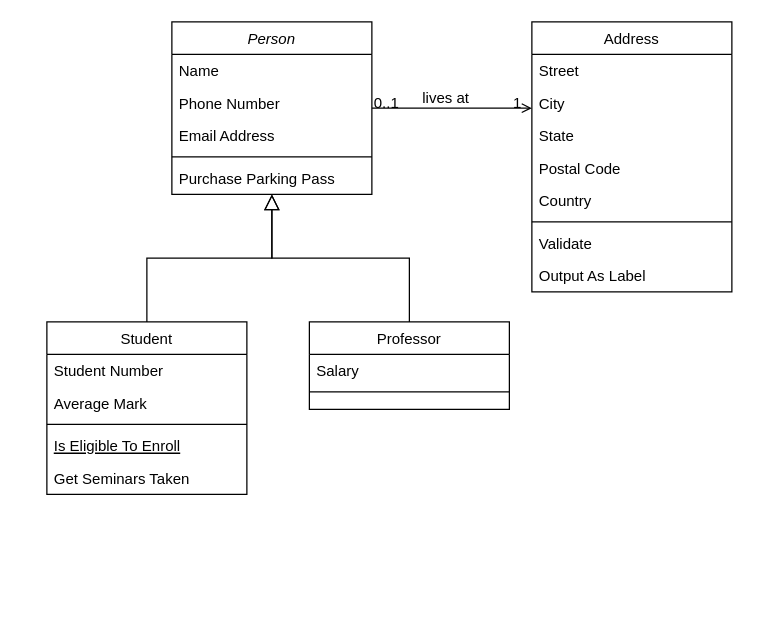
Earlier version of the draw.io diagram Untitled Diagram.drawio (lcornellious/UAS_SPK_MAS-ADJI-RAMDANI). Source tidied: cells renumbered, new cells numbered last; positions are measured from the earlier drawing's top-left corner, leaving out a move shared by most shapes. Both pictures are drawn from the tidied source at 125%, with x=0, y=0 at pixel (46, 21).
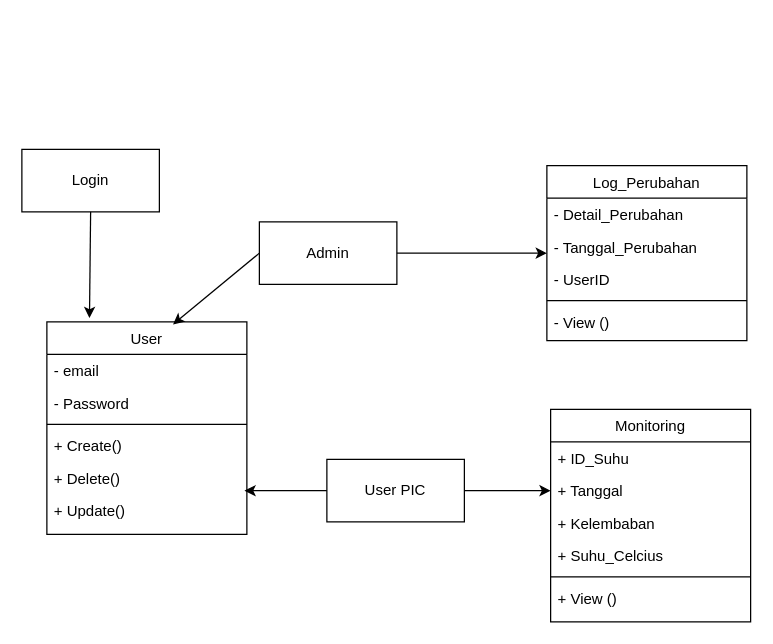
After the change.

Diff of the diagram source:
```diff
@@
-    <mxCell id="2" value="Person" style="swimlane;fontStyle=2;align=center;verticalAlign=top;horizontal=1;startSize=26;rounded=0;shadow=0;strokeWidth=1;" parent="1" vertex="1">
-      <mxGeometry x="100" width="160" height="138" as="geometry" />
-    </mxCell>
-    <mxCell id="3" value="Name" style="text;align=left;verticalAlign=top;spacingLeft=4;spacingRight=4;overflow=hidden;" parent="2" vertex="1">
-      <mxGeometry y="26" width="160" height="26" as="geometry" />
-    </mxCell>
-    <mxCell id="4" value="Phone Number" style="text;align=left;verticalAlign=top;spacingLeft=4;spacingRight=4;overflow=hidden;rounded=0;shadow=0;html=0;" parent="2" vertex="1">
-      <mxGeometry y="52" width="160" height="26" as="geometry" />
-    </mxCell>
-    <mxCell id="5" value="Email Address" style="text;align=left;verticalAlign=top;spacingLeft=4;spacingRight=4;overflow=hidden;rounded=0;shadow=0;html=0;" parent="2" vertex="1">
-      <mxGeometry y="78" width="160" height="26" as="geometry" />
-    </mxCell>
-    <mxCell id="6" style="line;html=1;strokeWidth=1;align=left;verticalAlign=middle;spacingTop=-1;spacingLeft=3;spacingRight=3;labelPosition=right;" parent="2" vertex="1">
-      <mxGeometry y="104" width="160" height="8" as="geometry" />
-    </mxCell>
-    <mxCell id="7" value="Purchase Parking Pass" style="text;align=left;verticalAlign=top;spacingLeft=4;spacingRight=4;overflow=hidden;" parent="2" vertex="1">
-      <mxGeometry y="112" width="160" height="26" as="geometry" />
-    </mxCell>
-    <mxCell id="8" value="Student" style="swimlane;fontStyle=0;align=center;verticalAlign=top;horizontal=1;startSize=26;rounded=0;shadow=0;strokeWidth=1;" parent="1" vertex="1">
-      <mxGeometry y="240" width="160" height="138" as="geometry" />
+    <mxCell id="8" value="User" style="swimlane;fontStyle=0;align=center;verticalAlign=top;horizontal=1;startSize=26;rounded=0;shadow=0;strokeWidth=1;" parent="1" vertex="1">
+      <mxGeometry y="240" width="160" height="170" as="geometry" />
     </mxCell>
-    <mxCell id="9" value="Student Number" style="text;align=left;verticalAlign=top;spacingLeft=4;spacingRight=4;overflow=hidden;" parent="8" vertex="1">
+    <mxCell id="9" value="- email" style="text;align=left;verticalAlign=top;spacingLeft=4;spacingRight=4;overflow=hidden;" parent="8" vertex="1">
       <mxGeometry y="26" width="160" height="26" as="geometry" />
     </mxCell>
-    <mxCell id="10" value="Average Mark" style="text;align=left;verticalAlign=top;spacingLeft=4;spacingRight=4;overflow=hidden;rounded=0;shadow=0;html=0;" parent="8" vertex="1">
+    <mxCell id="10" value="- Password" style="text;align=left;verticalAlign=top;spacingLeft=4;spacingRight=4;overflow=hidden;rounded=0;shadow=0;html=0;" parent="8" vertex="1">
       <mxGeometry y="52" width="160" height="26" as="geometry" />
     </mxCell>
@@
-    <mxCell id="12" value="Is Eligible To Enroll" style="text;align=left;verticalAlign=top;spacingLeft=4;spacingRight=4;overflow=hidden;fontStyle=4;" parent="8" vertex="1">
+    <mxCell id="12" value="+ Create()" style="text;align=left;verticalAlign=top;spacingLeft=4;spacingRight=4;overflow=hidden;fontStyle=0;" parent="8" vertex="1">
       <mxGeometry y="86" width="160" height="26" as="geometry" />
     </mxCell>
-    <mxCell id="13" value="Get Seminars Taken" style="text;align=left;verticalAlign=top;spacingLeft=4;spacingRight=4;overflow=hidden;points=[[0,0.5],[1,0.5]];portConstraint=eastwest;" parent="8" vertex="1">
+    <mxCell id="13" value="+ Delete()" style="text;align=left;verticalAlign=top;spacingLeft=4;spacingRight=4;overflow=hidden;points=[[0,0.5],[1,0.5]];portConstraint=eastwest;" parent="8" vertex="1">
       <mxGeometry y="112" width="160" height="26" as="geometry" />
     </mxCell>
-    <mxCell id="14" style="endArrow=block;endSize=10;endFill=0;shadow=0;strokeWidth=1;rounded=0;edgeStyle=elbowEdgeStyle;elbow=vertical;" parent="1" edge="1" source="8" target="2">
-      <mxGeometry relative="1" as="geometry" />
-    </mxCell>
-    <mxCell id="15" value="Professor" style="swimlane;fontStyle=0;align=center;verticalAlign=top;horizontal=1;startSize=26;rounded=0;shadow=0;strokeWidth=1;" parent="1" vertex="1">
-      <mxGeometry x="210" y="240" width="160" height="70" as="geometry" />
-    </mxCell>
-    <mxCell id="16" value="Salary" style="text;align=left;verticalAlign=top;spacingLeft=4;spacingRight=4;overflow=hidden;" parent="15" vertex="1">
-      <mxGeometry y="26" width="160" height="26" as="geometry" />
-    </mxCell>
-    <mxCell id="17" style="line;html=1;strokeWidth=1;align=left;verticalAlign=middle;spacingTop=-1;spacingLeft=3;spacingRight=3;labelPosition=right;" parent="15" vertex="1">
-      <mxGeometry y="52" width="160" height="8" as="geometry" />
-    </mxCell>
-    <mxCell id="18" style="endArrow=block;endSize=10;endFill=0;shadow=0;strokeWidth=1;rounded=0;edgeStyle=elbowEdgeStyle;elbow=vertical;" parent="1" edge="1" source="15" target="2">
-      <mxGeometry relative="1" as="geometry" />
-    </mxCell>
+    <mxCell id="32" value="+ Update()" style="text;align=left;verticalAlign=top;spacingLeft=4;spacingRight=4;overflow=hidden;" parent="8" vertex="1">
+      <mxGeometry y="138" width="160" height="26" as="geometry" />
+    </mxCell>
-    <mxCell id="19" value="Address" style="swimlane;fontStyle=0;align=center;verticalAlign=top;horizontal=1;startSize=26;rounded=0;shadow=0;strokeWidth=1;" parent="1" vertex="1">
-      <mxGeometry x="388" width="160" height="216" as="geometry" />
+    <mxCell id="19" value="Monitoring" style="swimlane;fontStyle=0;align=center;verticalAlign=top;horizontal=1;startSize=26;rounded=0;shadow=0;strokeWidth=1;" parent="1" vertex="1">
+      <mxGeometry x="403" y="310" width="160" height="170" as="geometry" />
     </mxCell>
-    <mxCell id="20" value="Street" style="text;align=left;verticalAlign=top;spacingLeft=4;spacingRight=4;overflow=hidden;" parent="19" vertex="1">
+    <mxCell id="20" value="+ ID_Suhu" style="text;align=left;verticalAlign=top;spacingLeft=4;spacingRight=4;overflow=hidden;" parent="19" vertex="1">
       <mxGeometry y="26" width="160" height="26" as="geometry" />
     </mxCell>
-    <mxCell id="21" value="City" style="text;align=left;verticalAlign=top;spacingLeft=4;spacingRight=4;overflow=hidden;points=[[0,0.5],[1,0.5]];portConstraint=eastwest;rounded=0;shadow=0;html=0;" parent="19" vertex="1">
+    <mxCell id="21" value="+ Tanggal" style="text;align=left;verticalAlign=top;spacingLeft=4;spacingRight=4;overflow=hidden;points=[[0,0.5],[1,0.5]];portConstraint=eastwest;rounded=0;shadow=0;html=0;" parent="19" vertex="1">
       <mxGeometry y="52" width="160" height="26" as="geometry" />
     </mxCell>
-    <mxCell id="22" value="State" style="text;align=left;verticalAlign=top;spacingLeft=4;spacingRight=4;overflow=hidden;rounded=0;shadow=0;html=0;" parent="19" vertex="1">
+    <mxCell id="22" value="+ Kelembaban" style="text;align=left;verticalAlign=top;spacingLeft=4;spacingRight=4;overflow=hidden;rounded=0;shadow=0;html=0;" parent="19" vertex="1">
       <mxGeometry y="78" width="160" height="26" as="geometry" />
     </mxCell>
-    <mxCell id="23" value="Postal Code" style="text;align=left;verticalAlign=top;spacingLeft=4;spacingRight=4;overflow=hidden;rounded=0;shadow=0;html=0;" parent="19" vertex="1">
+    <mxCell id="23" value="+ Suhu_Celcius" style="text;align=left;verticalAlign=top;spacingLeft=4;spacingRight=4;overflow=hidden;rounded=0;shadow=0;html=0;" parent="19" vertex="1">
       <mxGeometry y="104" width="160" height="26" as="geometry" />
     </mxCell>
-    <mxCell id="24" value="Country" style="text;align=left;verticalAlign=top;spacingLeft=4;spacingRight=4;overflow=hidden;rounded=0;shadow=0;html=0;" parent="19" vertex="1">
-      <mxGeometry y="130" width="160" height="26" as="geometry" />
-    </mxCell>
     <mxCell id="25" style="line;html=1;strokeWidth=1;align=left;verticalAlign=middle;spacingTop=-1;spacingLeft=3;spacingRight=3;labelPosition=right;" parent="19" vertex="1">
-      <mxGeometry y="156" width="160" height="8" as="geometry" />
+      <mxGeometry y="130" width="160" height="8" as="geometry" />
     </mxCell>
-    <mxCell id="26" value="Validate" style="text;align=left;verticalAlign=top;spacingLeft=4;spacingRight=4;overflow=hidden;" parent="19" vertex="1">
-      <mxGeometry y="164" width="160" height="26" as="geometry" />
+    <mxCell id="26" value="+ View ()" style="text;align=left;verticalAlign=top;spacingLeft=4;spacingRight=4;overflow=hidden;" parent="19" vertex="1">
+      <mxGeometry y="138" width="160" height="26" as="geometry" />
     </mxCell>
-    <mxCell id="27" value="Output As Label" style="text;align=left;verticalAlign=top;spacingLeft=4;spacingRight=4;overflow=hidden;" parent="19" vertex="1">
-      <mxGeometry y="190" width="160" height="26" as="geometry" />
-    </mxCell>
-    <mxCell id="28" style="endArrow=open;shadow=0;strokeWidth=1;rounded=0;endFill=1;edgeStyle=elbowEdgeStyle;elbow=vertical;" parent="1" edge="1" source="2" target="19">
-      <mxGeometry x="0.5" y="41" relative="1" as="geometry">
-        <mxPoint x="-40" y="32" as="offset" />
-      </mxGeometry>
-    </mxCell>
-    <mxCell id="29" value="0..1" style="align=left;verticalAlign=bottom;labelBackgroundColor=none;fontSize=12;" parent="28" vertex="1">
-      <mxGeometry x="-1" relative="1" as="geometry">
-        <mxPoint y="4" as="offset" />
-      </mxGeometry>
-    </mxCell>
-    <mxCell id="30" value="1" style="align=right;verticalAlign=bottom;labelBackgroundColor=none;fontSize=12;" parent="28" vertex="1">
-      <mxGeometry x="1" relative="1" as="geometry">
-        <mxPoint x="-7" y="4" as="offset" />
-      </mxGeometry>
-    </mxCell>
-    <mxCell id="31" value="lives at" style="text;html=1;align=center;verticalAlign=middle;labelBackgroundColor=none;rounded=0;shadow=0;strokeWidth=1;fontSize=12;" parent="28" vertex="1">
-      <mxGeometry x="0.5" y="49" relative="1" as="geometry">
-        <mxPoint x="-38" y="40" as="offset" />
-      </mxGeometry>
-    </mxCell>
+    <mxCell id="33" value="User PIC" style="html=1;whiteSpace=wrap;" parent="1" vertex="1">
+      <mxGeometry x="224" y="350" width="110" height="50" as="geometry" />
+    </mxCell>
+    <mxCell id="34" value="Login" style="html=1;whiteSpace=wrap;" parent="1" vertex="1">
+      <mxGeometry x="-20" y="102" width="110" height="50" as="geometry" />
+    </mxCell>
+    <mxCell id="35" value="Admin" style="html=1;whiteSpace=wrap;" parent="1" vertex="1">
+      <mxGeometry x="170" y="160" width="110" height="50" as="geometry" />
+    </mxCell>
+    <mxCell id="36" value="Log_Perubahan" style="swimlane;fontStyle=0;align=center;verticalAlign=top;horizontal=1;startSize=26;rounded=0;shadow=0;strokeWidth=1;" parent="1" vertex="1">
+      <mxGeometry x="400" y="115" width="160" height="140" as="geometry" />
+    </mxCell>
+    <mxCell id="37" value="- Detail_Perubahan" style="text;align=left;verticalAlign=top;spacingLeft=4;spacingRight=4;overflow=hidden;" parent="36" vertex="1">
+      <mxGeometry y="26" width="160" height="26" as="geometry" />
+    </mxCell>
+    <mxCell id="38" value="- Tanggal_Perubahan" style="text;align=left;verticalAlign=top;spacingLeft=4;spacingRight=4;overflow=hidden;rounded=0;shadow=0;html=0;" parent="36" vertex="1">
+      <mxGeometry y="52" width="160" height="26" as="geometry" />
+    </mxCell>
+    <mxCell id="39" value="- UserID" style="text;align=left;verticalAlign=top;spacingLeft=4;spacingRight=4;overflow=hidden;rounded=0;shadow=0;html=0;" parent="36" vertex="1">
+      <mxGeometry y="78" width="160" height="26" as="geometry" />
+    </mxCell>
+    <mxCell id="6" style="line;html=1;strokeWidth=1;align=left;verticalAlign=middle;spacingTop=-1;spacingLeft=3;spacingRight=3;labelPosition=right;" parent="36" vertex="1">
+      <mxGeometry y="104" width="160" height="8" as="geometry" />
+    </mxCell>
+    <mxCell id="40" value="- View ()" style="text;align=left;verticalAlign=top;spacingLeft=4;spacingRight=4;overflow=hidden;" parent="36" vertex="1">
+      <mxGeometry y="112" width="160" height="26" as="geometry" />
+    </mxCell>
+    <mxCell id="41" style="endArrow=classic;html=1;rounded=0;exitX=0;exitY=0.5;exitDx=0;exitDy=0;entryX=0.631;entryY=0.012;entryDx=0;entryDy=0;entryPerimeter=0;" parent="1" edge="1" source="35" target="8">
+      <mxGeometry relative="1" as="geometry" />
+    </mxCell>
+    <mxCell id="42" style="endArrow=classic;html=1;rounded=0;exitX=0.5;exitY=1;exitDx=0;exitDy=0;entryX=0.213;entryY=-0.018;entryDx=0;entryDy=0;entryPerimeter=0;" parent="1" edge="1" source="34" target="8">
+      <mxGeometry relative="1" as="geometry" />
+    </mxCell>
+    <mxCell id="43" style="endArrow=classic;html=1;rounded=0;entryX=0.988;entryY=0.885;entryDx=0;entryDy=0;entryPerimeter=0;exitX=0;exitY=0.5;exitDx=0;exitDy=0;" parent="1" edge="1" source="33" target="13">
+      <mxGeometry relative="1" as="geometry" />
+    </mxCell>
+    <mxCell id="44" style="endArrow=classic;html=1;rounded=0;exitX=1;exitY=0.5;exitDx=0;exitDy=0;" parent="1" edge="1" source="35">
+      <mxGeometry relative="1" as="geometry">
+        <mxPoint x="400" y="185" as="targetPoint" />
+      </mxGeometry>
+    </mxCell>
+    <mxCell id="45" style="endArrow=classic;html=1;rounded=0;entryX=0;entryY=0.5;entryDx=0;entryDy=0;exitX=1;exitY=0.5;exitDx=0;exitDy=0;" parent="1" edge="1" source="33" target="21">
+      <mxGeometry relative="1" as="geometry" />
+    </mxCell>
```
